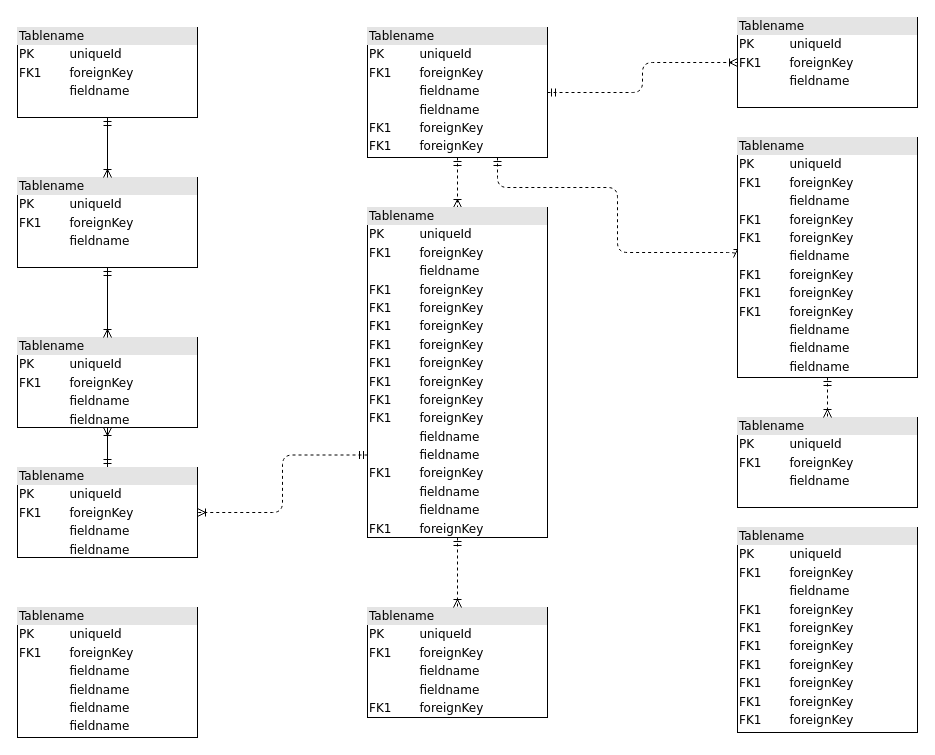
This is Surat Perintah Lembur.drawio from Hudha11/dbd-surat-perintah-lembur, a draw.io file, before an edit. Source tidied: cells renumbered, new cells numbered last; positions are measured from the earlier drawing's top-left corner, leaving out a move shared by most shapes. Both pictures are drawn from the tidied source at 100%, with x=0, y=0 at pixel (17, 17).
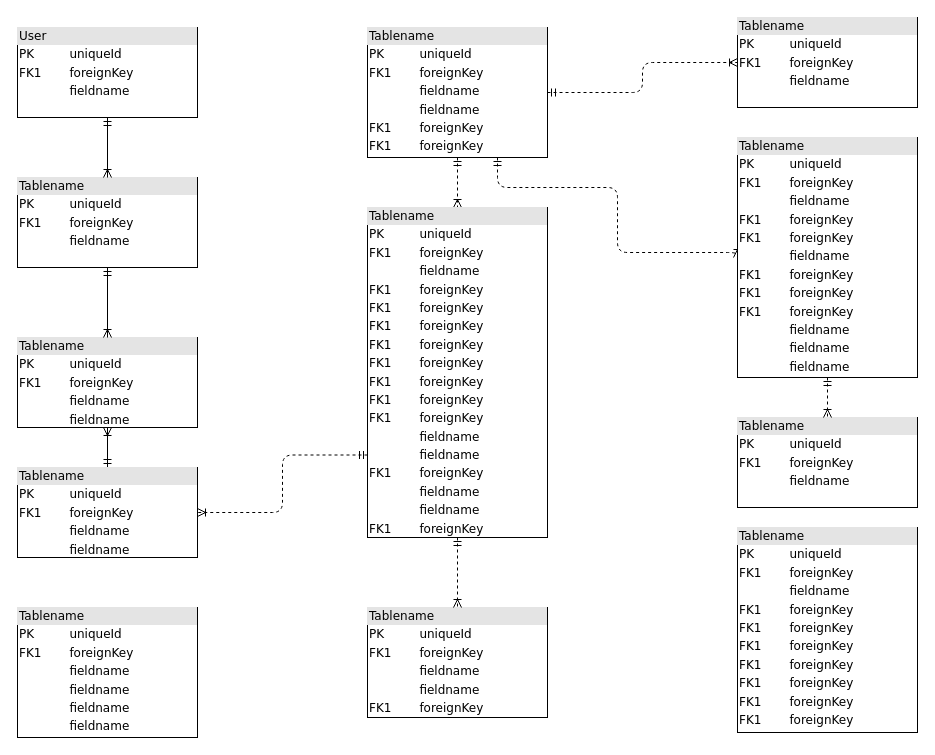
The same page after the edit.

The edit, as a diff of the source:
```diff
@@
-    <mxCell id="2" value="&lt;div style=&quot;box-sizing:border-box;width:100%;background:#e4e4e4;padding:2px;&quot;&gt;Tablename&lt;/div&gt;&lt;table style=&quot;width:100%;font-size:1em;&quot; cellpadding=&quot;2&quot; cellspacing=&quot;0&quot;&gt;&lt;tr&gt;&lt;td&gt;PK&lt;/td&gt;&lt;td&gt;uniqueId&lt;/td&gt;&lt;/tr&gt;&lt;tr&gt;&lt;td&gt;FK1&lt;/td&gt;&lt;td&gt;foreignKey&lt;/td&gt;&lt;/tr&gt;&lt;tr&gt;&lt;td&gt;&lt;/td&gt;&lt;td&gt;fieldname&lt;/td&gt;&lt;/tr&gt;&lt;/table&gt;" style="verticalAlign=top;align=left;overflow=fill;html=1;rounded=0;shadow=0;comic=0;labelBackgroundColor=none;strokeWidth=1;fontFamily=Verdana;fontSize=12;" parent="1" vertex="1">
+    <mxCell id="2" value="&lt;div style=&quot;box-sizing: border-box; width: 100%; background: rgb(228, 228, 228); padding: 2px;&quot;&gt;User&lt;/div&gt;&lt;table style=&quot;width:100%;font-size:1em;&quot; cellpadding=&quot;2&quot; cellspacing=&quot;0&quot;&gt;&lt;tbody&gt;&lt;tr&gt;&lt;td&gt;PK&lt;/td&gt;&lt;td&gt;uniqueId&lt;/td&gt;&lt;/tr&gt;&lt;tr&gt;&lt;td&gt;FK1&lt;/td&gt;&lt;td&gt;foreignKey&lt;/td&gt;&lt;/tr&gt;&lt;tr&gt;&lt;td&gt;&lt;/td&gt;&lt;td&gt;fieldname&lt;/td&gt;&lt;/tr&gt;&lt;/tbody&gt;&lt;/table&gt;" style="verticalAlign=top;align=left;overflow=fill;html=1;rounded=0;shadow=0;comic=0;labelBackgroundColor=none;strokeWidth=1;fontFamily=Verdana;fontSize=12;" parent="1" vertex="1">
       <mxGeometry y="10" width="180" height="90" as="geometry" />
     </mxCell>
```
